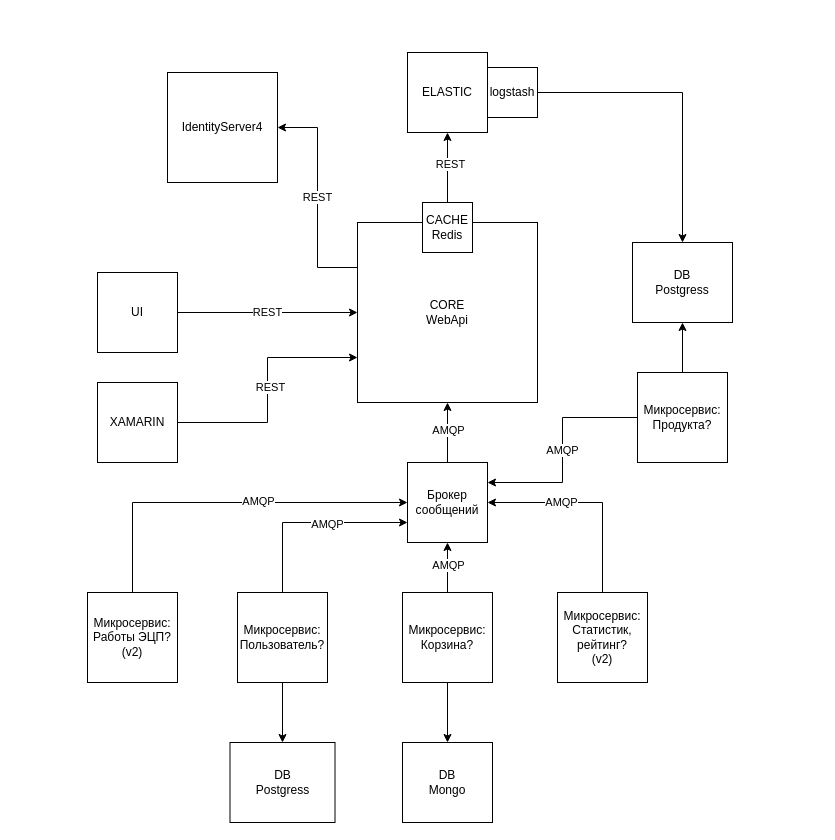
This is Diagrams/EMC_schema_v2.drawio from mememesha/E-MarketPlace, a draw.io file, before an edit. Source tidied: cells renumbered, new cells numbered last; positions are measured from the earlier drawing's top-left corner, leaving out a move shared by most shapes. Both pictures are drawn from the tidied source at 100%, with x=0, y=0 at pixel (87, 52).
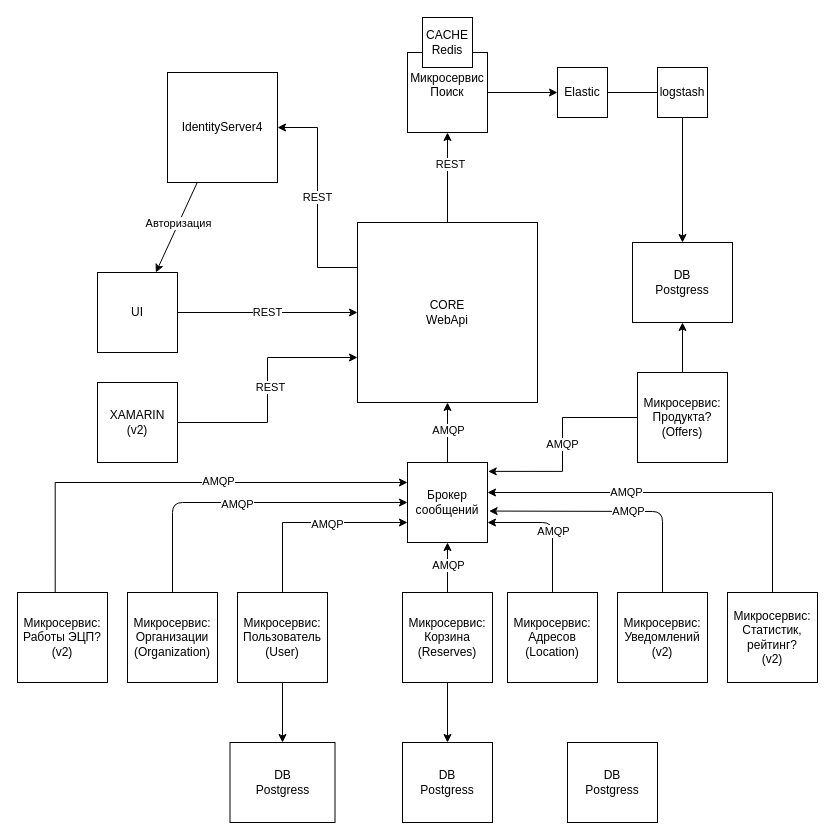
The same page after the edit.

The change refers to these unchanged cells:
```xml
<mxCell id="3" value="UI" style="whiteSpace=wrap;html=1;" parent="1" vertex="1">
  <mxGeometry x="10" y="220" width="80" height="80" as="geometry" />
</mxCell>
<mxCell id="19" value="IdentityServer4" style="whiteSpace=wrap;html=1;" parent="1" vertex="1">
  <mxGeometry x="80" y="20" width="110" height="110" as="geometry" />
</mxCell>
<mxCell id="22" value="Брокер&lt;br&gt;сообщений" style="whiteSpace=wrap;html=1;" parent="1" vertex="1">
  <mxGeometry x="320" y="410" width="80" height="80" as="geometry" />
</mxCell>
<mxCell id="37" value="DB&lt;br&gt;Postgress" style="whiteSpace=wrap;html=1;" parent="1" vertex="1">
  <mxGeometry x="545" y="190" width="100" height="80" as="geometry" />
</mxCell>
```

Change to the diagram source:
```diff
@@
-    <mxCell id="8" value="ELASTIC" style="whiteSpace=wrap;html=1;" parent="1" vertex="1">
+    <mxCell id="8" value="Микросервис&lt;br&gt;Поиск&lt;br&gt;&lt;br&gt;" style="whiteSpace=wrap;html=1;" parent="1" vertex="1">
       <mxGeometry x="320" width="80" height="80" as="geometry" />
     </mxCell>
     <mxCell id="9" value="CACHE&lt;br&gt;Redis" style="whiteSpace=wrap;html=1;" parent="1" vertex="1">
-      <mxGeometry x="335" y="150" width="50" height="50" as="geometry" />
+      <mxGeometry x="335" y="-35" width="50" height="50" as="geometry" />
     </mxCell>
@@
-    <mxCell id="13" value="Микросервис:&lt;br&gt;Пользователь?" style="whiteSpace=wrap;html=1;" parent="1" vertex="1">
+    <mxCell id="13" value="Микросервис:&lt;br&gt;Пользователь&lt;br&gt;(User)" style="whiteSpace=wrap;html=1;" parent="1" vertex="1">
       <mxGeometry x="150" y="540" width="90" height="90" as="geometry" />
     </mxCell>
-    <mxCell id="14" value="AMQP" style="edgeStyle=orthogonalEdgeStyle;rounded=0;jettySize=auto;html=1;entryX=1;entryY=0.25;entryDx=0;entryDy=0;" parent="1" edge="1" source="16" target="22">
+    <mxCell id="14" value="AMQP" style="edgeStyle=orthogonalEdgeStyle;rounded=0;jettySize=auto;html=1;entryX=1.009;entryY=0.111;entryDx=0;entryDy=0;entryPerimeter=0;" parent="1" edge="1" source="16" target="22">
       <mxGeometry relative="1" as="geometry" />
     </mxCell>
@@
-    <mxCell id="16" value="&lt;span&gt;Микросервис:&lt;br&gt;Продукта?&lt;br&gt;&lt;/span&gt;" style="whiteSpace=wrap;html=1;" parent="1" vertex="1">
+    <mxCell id="16" value="&lt;span&gt;Микросервис:&lt;br&gt;Продукта?&lt;br&gt;(Offers)&lt;br&gt;&lt;/span&gt;" style="whiteSpace=wrap;html=1;" parent="1" vertex="1">
       <mxGeometry x="550" y="320" width="90" height="90" as="geometry" />
     </mxCell>
-    <mxCell id="17" value="AMQP" style="edgeStyle=orthogonalEdgeStyle;rounded=0;jettySize=auto;html=1;entryX=1;entryY=0.5;entryDx=0;entryDy=0;exitX=0.5;exitY=0;exitDx=0;exitDy=0;" parent="1" edge="1" source="18" target="22">
-      <mxGeometry x="0.28" relative="1" as="geometry" />
+    <mxCell id="17" value="AMQP" style="edgeStyle=orthogonalEdgeStyle;rounded=0;jettySize=auto;html=1;exitX=0.5;exitY=0;exitDx=0;exitDy=0;" parent="1" edge="1" source="18">
+      <mxGeometry x="0.28" relative="1" as="geometry">
+        <mxPoint x="400" y="440" as="targetPoint" />
+        <Array as="points">
+          <mxPoint x="685" y="440" />
+          <mxPoint x="400" y="440" />
+        </Array>
+      </mxGeometry>
     </mxCell>
     <mxCell id="18" value="&lt;span&gt;Микросервис:&lt;br&gt;Статистик, рейтинг?&lt;br&gt;(v2)&lt;br&gt;&lt;/span&gt;" style="whiteSpace=wrap;html=1;" parent="1" vertex="1">
-      <mxGeometry x="470" y="540" width="90" height="90" as="geometry" />
+      <mxGeometry x="640" y="540" width="90" height="90" as="geometry" />
     </mxCell>
+    <mxCell id="38" style="html=1;" parent="1" edge="1" source="19" target="3">
+      <mxGeometry relative="1" as="geometry" />
+    </mxCell>
+    <mxCell id="39" value="Авторизация" style="edgeLabel;html=1;align=center;verticalAlign=middle;" parent="38" vertex="1">
+      <mxGeometry x="-0.1" relative="1" as="geometry" />
+    </mxCell>
@@
-    <mxCell id="25" value="XAMARIN" style="whiteSpace=wrap;html=1;" parent="1" vertex="1">
+    <mxCell id="25" value="XAMARIN&lt;br&gt;(v2)" style="whiteSpace=wrap;html=1;" parent="1" vertex="1">
       <mxGeometry x="10" y="330" width="80" height="80" as="geometry" />
     </mxCell>
-    <mxCell id="26" style="edgeStyle=orthogonalEdgeStyle;rounded=0;jettySize=auto;html=1;entryX=0;entryY=0.5;entryDx=0;entryDy=0;" parent="1" edge="1" source="28" target="22">
+    <mxCell id="26" style="edgeStyle=orthogonalEdgeStyle;rounded=0;jettySize=auto;html=1;exitX=0.419;exitY=-0.003;exitDx=0;exitDy=0;exitPerimeter=0;" parent="1" edge="1" source="28">
       <mxGeometry relative="1" as="geometry">
+        <mxPoint x="320" y="430" as="targetPoint" />
         <Array as="points">
-          <mxPoint x="45" y="450" />
+          <mxPoint x="-32" y="430" />
         </Array>
       </mxGeometry>
     </mxCell>
@@
     <mxCell id="28" value="Микросервис:&lt;br&gt;Работы ЭЦП?&lt;br&gt;(v2)" style="whiteSpace=wrap;html=1;" parent="1" vertex="1">
-      <mxGeometry y="540" width="90" height="90" as="geometry" />
+      <mxGeometry x="-70" y="540" width="90" height="90" as="geometry" />
     </mxCell>
-    <mxCell id="29" style="edgeStyle=orthogonalEdgeStyle;rounded=0;jettySize=auto;html=1;" parent="1" edge="1" source="30" target="37">
+    <mxCell id="29" style="edgeStyle=orthogonalEdgeStyle;rounded=0;jettySize=auto;html=1;startArrow=none;" parent="1" edge="1" source="41" target="37">
       <mxGeometry relative="1" as="geometry" />
     </mxCell>
-    <mxCell id="30" value="logstash" style="whiteSpace=wrap;html=1;" parent="1" vertex="1">
-      <mxGeometry x="400" y="15" width="50" height="50" as="geometry" />
+    <mxCell id="30" value="Elastic" style="whiteSpace=wrap;html=1;" parent="1" vertex="1">
+      <mxGeometry x="470" y="15" width="50" height="50" as="geometry" />
     </mxCell>
@@
-    <mxCell id="35" value="&lt;span&gt;Микросервис:&lt;br&gt;Корзина?&lt;br&gt;&lt;/span&gt;" style="whiteSpace=wrap;html=1;" parent="1" vertex="1">
+    <mxCell id="35" value="&lt;span&gt;Микросервис:&lt;br&gt;Корзина&lt;br&gt;(Reserves)&lt;br&gt;&lt;/span&gt;" style="whiteSpace=wrap;html=1;" parent="1" vertex="1">
       <mxGeometry x="315" y="540" width="90" height="90" as="geometry" />
     </mxCell>
-    <mxCell id="36" value="DB&lt;br&gt;Mongo" style="whiteSpace=wrap;html=1;" parent="1" vertex="1">
+    <mxCell id="36" value="DB&lt;br&gt;Postgress" style="whiteSpace=wrap;html=1;" parent="1" vertex="1">
       <mxGeometry x="315" y="690" width="90" height="80" as="geometry" />
     </mxCell>
@@
+    <mxCell id="40" style="edgeStyle=orthogonalEdgeStyle;rounded=0;jettySize=auto;html=1;entryX=0;entryY=0.5;entryDx=0;entryDy=0;" parent="1" edge="1" source="8" target="30">
+      <mxGeometry relative="1" as="geometry" />
+    </mxCell>
+    <mxCell id="41" value="logstash" style="whiteSpace=wrap;html=1;" parent="1" vertex="1">
+      <mxGeometry x="570" y="15" width="50" height="50" as="geometry" />
+    </mxCell>
+    <mxCell id="42" style="edgeStyle=orthogonalEdgeStyle;rounded=0;jettySize=auto;html=1;endArrow=none;" parent="1" edge="1" source="30" target="41">
+      <mxGeometry relative="1" as="geometry" />
+    </mxCell>
+    <mxCell id="43" style="edgeStyle=none;html=1;entryX=1;entryY=0.75;entryDx=0;entryDy=0;" parent="1" edge="1" source="45" target="22">
+      <mxGeometry relative="1" as="geometry">
+        <Array as="points">
+          <mxPoint x="465" y="470" />
+        </Array>
+      </mxGeometry>
+    </mxCell>
+    <mxCell id="44" value="AMQP" style="edgeLabel;html=1;align=center;verticalAlign=middle;" parent="43" vertex="1">
+      <mxGeometry x="-0.08" relative="1" as="geometry" />
+    </mxCell>
+    <mxCell id="45" value="&lt;span&gt;Микросервис:&lt;br&gt;Адресов&lt;br&gt;(Location)&lt;br&gt;&lt;/span&gt;" style="whiteSpace=wrap;html=1;" parent="1" vertex="1">
+      <mxGeometry x="420" y="540" width="90" height="90" as="geometry" />
+    </mxCell>
+    <mxCell id="46" value="DB&lt;br&gt;Postgress" style="whiteSpace=wrap;html=1;" parent="1" vertex="1">
+      <mxGeometry x="480" y="690" width="90" height="80" as="geometry" />
+    </mxCell>
+    <mxCell id="47" value="Микросервис:&lt;br&gt;Организации&lt;br&gt;(Organization)" style="whiteSpace=wrap;html=1;" parent="1" vertex="1">
+      <mxGeometry x="40" y="540" width="90" height="90" as="geometry" />
+    </mxCell>
+    <mxCell id="48" style="edgeStyle=none;html=1;entryX=0;entryY=0.5;entryDx=0;entryDy=0;" parent="1" edge="1" source="47" target="22">
+      <mxGeometry relative="1" as="geometry">
+        <Array as="points">
+          <mxPoint x="85" y="450" />
+        </Array>
+      </mxGeometry>
+    </mxCell>
+    <mxCell id="49" value="AMQP" style="edgeLabel;html=1;align=center;verticalAlign=middle;" parent="48" vertex="1">
+      <mxGeometry x="-0.05" y="-1" relative="1" as="geometry" />
+    </mxCell>
+    <mxCell id="50" value="&lt;span&gt;Микросервис:&lt;br&gt;Уведомлений&lt;br&gt;(v2)&lt;br&gt;&lt;/span&gt;" style="whiteSpace=wrap;html=1;" parent="1" vertex="1">
+      <mxGeometry x="530" y="540" width="90" height="90" as="geometry" />
+    </mxCell>
+    <mxCell id="51" style="edgeStyle=none;html=1;entryX=1.02;entryY=0.607;entryDx=0;entryDy=0;entryPerimeter=0;" parent="1" edge="1" source="50" target="22">
+      <mxGeometry relative="1" as="geometry">
+        <Array as="points">
+          <mxPoint x="575" y="459" />
+        </Array>
+      </mxGeometry>
+    </mxCell>
+    <mxCell id="52" value="AMQP" style="edgeLabel;html=1;align=center;verticalAlign=middle;" parent="51" vertex="1">
+      <mxGeometry x="-0.09" relative="1" as="geometry" />
+    </mxCell>
```
